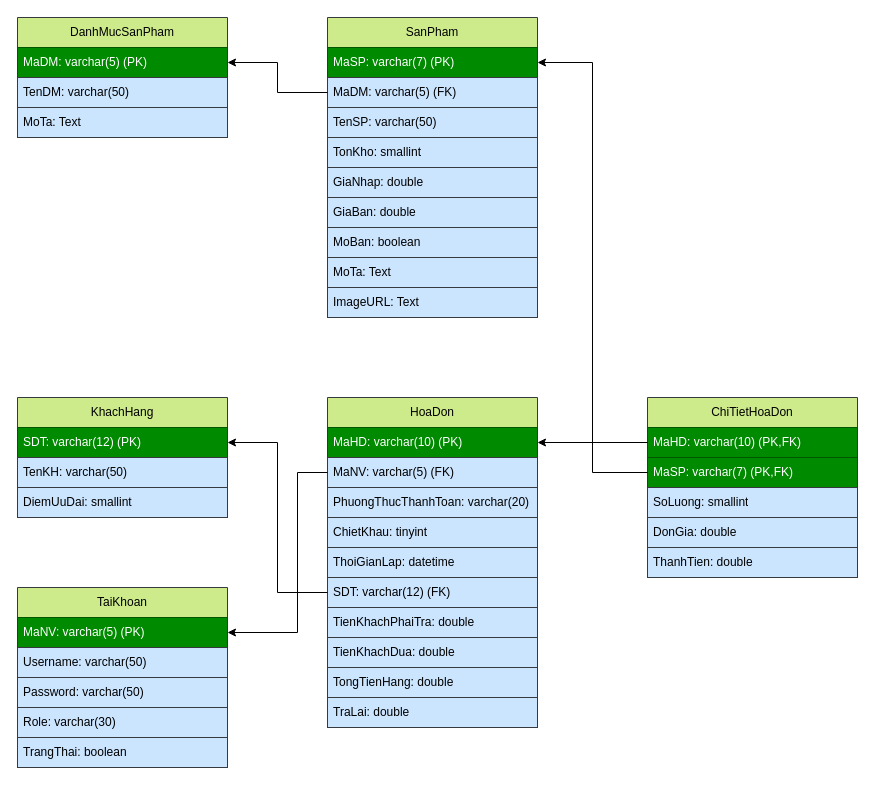
Before: doc/MRD.drawio in TDeV-VN/QLCuaHangDungCuTheThaoWinform, a draw.io diagram. Source tidied: cells renumbered, new cells numbered last; positions are measured from the earlier drawing's top-left corner, leaving out a move shared by most shapes. Both pictures are drawn from the tidied source at 100%, with x=0, y=0 at pixel (17, 17).
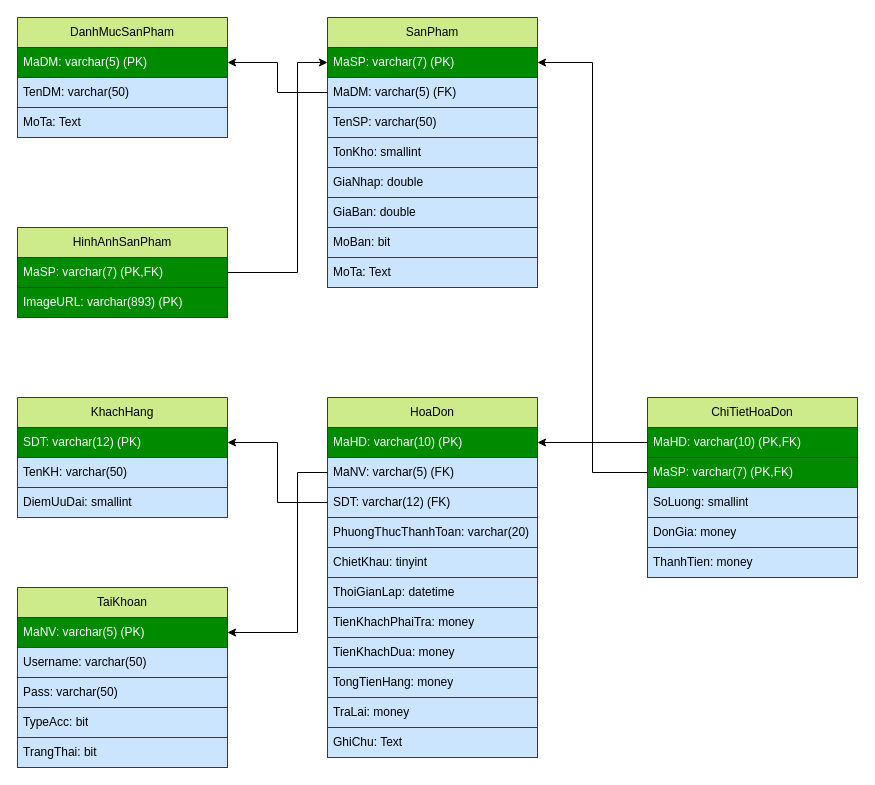
Above is the later version.

The change refers to these unchanged cells:
```xml
<mxCell id="13" value="ChiTietHoaDon" style="swimlane;fontStyle=0;horizontal=1;startSize=30;whiteSpace=wrap;html=1;fillColor=#cdeb8b;strokeColor=#36393d;" parent="1" vertex="1">
  <mxGeometry x="630" y="380" width="210" height="180" as="geometry" />
</mxCell>
<mxCell id="25" value="MaSP: varchar(7) (PK)" style="text;strokeColor=#005700;fillColor=#008a00;align=left;verticalAlign=middle;spacingLeft=4;spacingRight=4;overflow=hidden;points=[[0,0.5],[1,0.5]];portConstraint=eastwest;whiteSpace=wrap;html=1;fontColor=#ffffff;" parent="24" vertex="1">
  <mxGeometry y="30" width="210" height="30" as="geometry" />
</mxCell>
<mxCell id="35" value="TaiKhoan" style="swimlane;fontStyle=0;horizontal=1;startSize=30;whiteSpace=wrap;html=1;fillColor=#cdeb8b;strokeColor=#36393d;" parent="1" vertex="1">
  <mxGeometry y="570" width="210" height="180" as="geometry" />
</mxCell>
```

What changed in the source:
```diff
@@
     <mxCell id="2" value="HoaDon" style="swimlane;fontStyle=0;horizontal=1;startSize=30;whiteSpace=wrap;html=1;fillColor=#cdeb8b;strokeColor=#36393d;" parent="1" vertex="1">
-      <mxGeometry x="310" y="380" width="210" height="330" as="geometry" />
+      <mxGeometry x="310" y="380" width="210" height="360" as="geometry" />
     </mxCell>
@@
+    <mxCell id="8" value="SDT: varchar(12) (FK)" style="text;strokeColor=#36393d;fillColor=#cce5ff;align=left;verticalAlign=middle;spacingLeft=4;spacingRight=4;overflow=hidden;points=[[0,0.5],[1,0.5]];portConstraint=eastwest;whiteSpace=wrap;html=1;" parent="2" vertex="1">
+      <mxGeometry y="90" width="210" height="30" as="geometry" />
+    </mxCell>
     <mxCell id="5" value="PhuongThucThanhToan: varchar(20)" style="text;strokeColor=#36393d;fillColor=#cce5ff;align=left;verticalAlign=middle;spacingLeft=4;spacingRight=4;overflow=hidden;whiteSpace=wrap;html=1;" parent="2" vertex="1">
-      <mxGeometry y="90" width="210" height="30" as="geometry" />
+      <mxGeometry y="120" width="210" height="30" as="geometry" />
     </mxCell>
     <mxCell id="6" value="ChietKhau: tinyint" style="text;strokeColor=#36393d;fillColor=#cce5ff;align=left;verticalAlign=middle;spacingLeft=4;spacingRight=4;overflow=hidden;whiteSpace=wrap;html=1;" parent="2" vertex="1">
-      <mxGeometry y="120" width="210" height="30" as="geometry" />
+      <mxGeometry y="150" width="210" height="30" as="geometry" />
     </mxCell>
     <mxCell id="7" value="ThoiGianLap: datetime" style="text;strokeColor=#36393d;fillColor=#cce5ff;align=left;verticalAlign=middle;spacingLeft=4;spacingRight=4;overflow=hidden;whiteSpace=wrap;html=1;" parent="2" vertex="1">
-      <mxGeometry y="150" width="210" height="30" as="geometry" />
+      <mxGeometry y="180" width="210" height="30" as="geometry" />
     </mxCell>
-    <mxCell id="8" value="SDT: varchar(12) (FK)" style="text;strokeColor=#36393d;fillColor=#cce5ff;align=left;verticalAlign=middle;spacingLeft=4;spacingRight=4;overflow=hidden;points=[[0,0.5],[1,0.5]];portConstraint=eastwest;whiteSpace=wrap;html=1;" parent="2" vertex="1">
-      <mxGeometry y="180" width="210" height="30" as="geometry" />
-    </mxCell>
-    <mxCell id="9" value="TienKhachPhaiTra: double" style="text;strokeColor=#36393d;fillColor=#cce5ff;align=left;verticalAlign=middle;spacingLeft=4;spacingRight=4;overflow=hidden;whiteSpace=wrap;html=1;" parent="2" vertex="1">
+    <mxCell id="9" value="TienKhachPhaiTra: money" style="text;strokeColor=#36393d;fillColor=#cce5ff;align=left;verticalAlign=middle;spacingLeft=4;spacingRight=4;overflow=hidden;whiteSpace=wrap;html=1;" parent="2" vertex="1">
       <mxGeometry y="210" width="210" height="30" as="geometry" />
     </mxCell>
-    <mxCell id="10" value="TienKhachDua: double" style="text;strokeColor=#36393d;fillColor=#cce5ff;align=left;verticalAlign=middle;spacingLeft=4;spacingRight=4;overflow=hidden;whiteSpace=wrap;html=1;" parent="2" vertex="1">
+    <mxCell id="10" value="TienKhachDua: money" style="text;strokeColor=#36393d;fillColor=#cce5ff;align=left;verticalAlign=middle;spacingLeft=4;spacingRight=4;overflow=hidden;whiteSpace=wrap;html=1;" parent="2" vertex="1">
       <mxGeometry y="240" width="210" height="30" as="geometry" />
     </mxCell>
-    <mxCell id="11" value="TongTienHang: double" style="text;strokeColor=#36393d;fillColor=#cce5ff;align=left;verticalAlign=middle;spacingLeft=4;spacingRight=4;overflow=hidden;whiteSpace=wrap;html=1;" parent="2" vertex="1">
+    <mxCell id="11" value="TongTienHang: money" style="text;strokeColor=#36393d;fillColor=#cce5ff;align=left;verticalAlign=middle;spacingLeft=4;spacingRight=4;overflow=hidden;whiteSpace=wrap;html=1;" parent="2" vertex="1">
       <mxGeometry y="270" width="210" height="30" as="geometry" />
     </mxCell>
-    <mxCell id="12" value="TraLai: double" style="text;strokeColor=#36393d;fillColor=#cce5ff;align=left;verticalAlign=middle;spacingLeft=4;spacingRight=4;overflow=hidden;whiteSpace=wrap;html=1;" parent="2" vertex="1">
+    <mxCell id="12" value="TraLai: money" style="text;strokeColor=#36393d;fillColor=#cce5ff;align=left;verticalAlign=middle;spacingLeft=4;spacingRight=4;overflow=hidden;whiteSpace=wrap;html=1;" parent="2" vertex="1">
       <mxGeometry y="300" width="210" height="30" as="geometry" />
     </mxCell>
+    <mxCell id="49" value="GhiChu: Text" style="text;strokeColor=#36393d;fillColor=#cce5ff;align=left;verticalAlign=middle;spacingLeft=4;spacingRight=4;overflow=hidden;whiteSpace=wrap;html=1;" parent="2" vertex="1">
+      <mxGeometry y="330" width="210" height="30" as="geometry" />
+    </mxCell>
@@
-    <mxCell id="17" value="DonGia: double" style="text;strokeColor=#36393d;fillColor=#cce5ff;align=left;verticalAlign=middle;spacingLeft=4;spacingRight=4;overflow=hidden;whiteSpace=wrap;html=1;" parent="13" vertex="1">
+    <mxCell id="17" value="DonGia: money" style="text;strokeColor=#36393d;fillColor=#cce5ff;align=left;verticalAlign=middle;spacingLeft=4;spacingRight=4;overflow=hidden;whiteSpace=wrap;html=1;" parent="13" vertex="1">
       <mxGeometry y="120" width="210" height="30" as="geometry" />
     </mxCell>
-    <mxCell id="18" value="ThanhTien: double" style="text;strokeColor=#36393d;fillColor=#cce5ff;align=left;verticalAlign=middle;spacingLeft=4;spacingRight=4;overflow=hidden;whiteSpace=wrap;html=1;" parent="13" vertex="1">
+    <mxCell id="18" value="ThanhTien: money" style="text;strokeColor=#36393d;fillColor=#cce5ff;align=left;verticalAlign=middle;spacingLeft=4;spacingRight=4;overflow=hidden;whiteSpace=wrap;html=1;" parent="13" vertex="1">
       <mxGeometry y="150" width="210" height="30" as="geometry" />
     </mxCell>
@@
     <mxCell id="24" value="SanPham" style="swimlane;fontStyle=0;horizontal=1;startSize=30;whiteSpace=wrap;html=1;fillColor=#cdeb8b;strokeColor=#36393d;" parent="1" vertex="1">
-      <mxGeometry x="310" width="210" height="300" as="geometry" />
+      <mxGeometry x="310" width="210" height="270" as="geometry" />
     </mxCell>
@@
-    <mxCell id="31" value="MoBan: boolean" style="text;strokeColor=#36393d;fillColor=#cce5ff;align=left;verticalAlign=middle;spacingLeft=4;spacingRight=4;overflow=hidden;whiteSpace=wrap;html=1;" parent="24" vertex="1">
+    <mxCell id="31" value="MoBan: bit" style="text;strokeColor=#36393d;fillColor=#cce5ff;align=left;verticalAlign=middle;spacingLeft=4;spacingRight=4;overflow=hidden;whiteSpace=wrap;html=1;" parent="24" vertex="1">
       <mxGeometry y="210" width="210" height="30" as="geometry" />
     </mxCell>
@@
-    <mxCell id="33" value="ImageURL: Text" style="text;strokeColor=#36393d;fillColor=#cce5ff;align=left;verticalAlign=middle;spacingLeft=4;spacingRight=4;overflow=hidden;whiteSpace=wrap;html=1;" parent="24" vertex="1">
-      <mxGeometry y="270" width="210" height="30" as="geometry" />
-    </mxCell>
@@
-    <mxCell id="38" value="Password: varchar(50)" style="text;strokeColor=#36393d;fillColor=#cce5ff;align=left;verticalAlign=middle;spacingLeft=4;spacingRight=4;overflow=hidden;whiteSpace=wrap;html=1;" parent="35" vertex="1">
+    <mxCell id="38" value="Pass: varchar(50)" style="text;strokeColor=#36393d;fillColor=#cce5ff;align=left;verticalAlign=middle;spacingLeft=4;spacingRight=4;overflow=hidden;whiteSpace=wrap;html=1;" parent="35" vertex="1">
       <mxGeometry y="90" width="210" height="30" as="geometry" />
     </mxCell>
-    <mxCell id="39" value="Role: varchar(30)" style="text;strokeColor=#36393d;fillColor=#cce5ff;align=left;verticalAlign=middle;spacingLeft=4;spacingRight=4;overflow=hidden;whiteSpace=wrap;html=1;" parent="35" vertex="1">
+    <mxCell id="39" value="TypeAcc: bit" style="text;strokeColor=#36393d;fillColor=#cce5ff;align=left;verticalAlign=middle;spacingLeft=4;spacingRight=4;overflow=hidden;whiteSpace=wrap;html=1;" parent="35" vertex="1">
       <mxGeometry y="120" width="210" height="30" as="geometry" />
     </mxCell>
-    <mxCell id="40" value="TrangThai: boolean" style="text;strokeColor=#36393d;fillColor=#cce5ff;align=left;verticalAlign=middle;spacingLeft=4;spacingRight=4;overflow=hidden;whiteSpace=wrap;html=1;" parent="35" vertex="1">
+    <mxCell id="40" value="TrangThai: bit" style="text;strokeColor=#36393d;fillColor=#cce5ff;align=left;verticalAlign=middle;spacingLeft=4;spacingRight=4;overflow=hidden;whiteSpace=wrap;html=1;" parent="35" vertex="1">
       <mxGeometry y="150" width="210" height="30" as="geometry" />
     </mxCell>
@@
+    <mxCell id="50" value="HinhAnhSanPham" style="swimlane;fontStyle=0;horizontal=1;startSize=30;whiteSpace=wrap;html=1;fillColor=#cdeb8b;strokeColor=#36393d;" parent="1" vertex="1">
+      <mxGeometry y="210" width="210" height="90" as="geometry" />
+    </mxCell>
+    <mxCell id="51" value="MaSP: varchar(7) (PK,FK)" style="text;strokeColor=#005700;fillColor=#008a00;align=left;verticalAlign=middle;spacingLeft=4;spacingRight=4;overflow=hidden;points=[[0,0.5],[1,0.5]];portConstraint=eastwest;whiteSpace=wrap;html=1;fontColor=#ffffff;" parent="50" vertex="1">
+      <mxGeometry y="30" width="210" height="30" as="geometry" />
+    </mxCell>
+    <mxCell id="52" value="ImageURL: varchar(893) (PK)" style="text;strokeColor=#005700;fillColor=#008a00;align=left;verticalAlign=middle;spacingLeft=4;spacingRight=4;overflow=hidden;whiteSpace=wrap;html=1;fontColor=#ffffff;" parent="50" vertex="1">
+      <mxGeometry y="60" width="210" height="30" as="geometry" />
+    </mxCell>
+    <mxCell id="53" style="edgeStyle=orthogonalEdgeStyle;rounded=0;jettySize=auto;html=1;exitX=1;exitY=0.5;exitDx=0;exitDy=0;entryX=0;entryY=0.5;entryDx=0;entryDy=0;" parent="1" edge="1" source="51" target="25">
+      <mxGeometry relative="1" as="geometry">
+        <Array as="points">
+          <mxPoint x="280" y="255" />
+          <mxPoint x="280" y="45" />
+        </Array>
+      </mxGeometry>
+    </mxCell>
```
